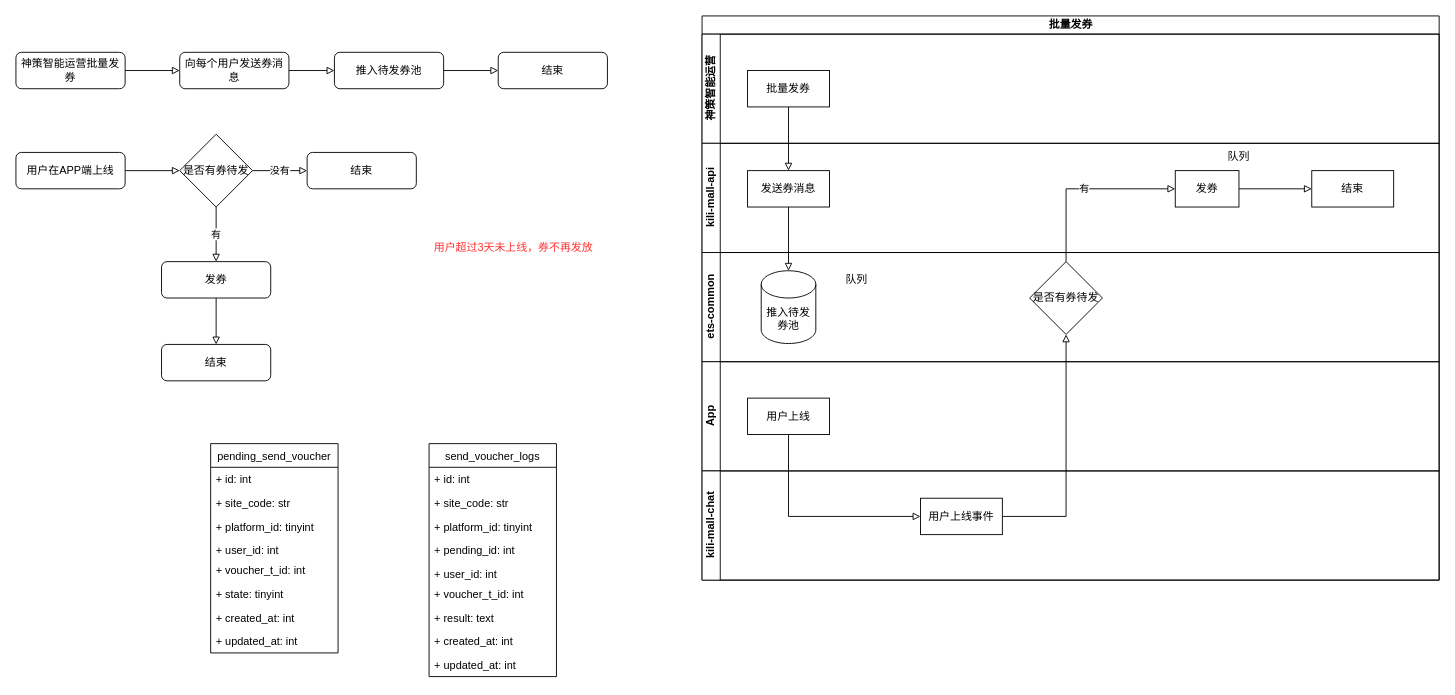
Before: 批量发券.drawio in wjctim/design-draw, a draw.io diagram. Source tidied: cells renumbered, new cells numbered last; positions are measured from the earlier drawing's top-left corner, leaving out a move shared by most shapes. Both pictures are drawn from the tidied source at 91%, with x=0, y=0 at pixel (15, 15).
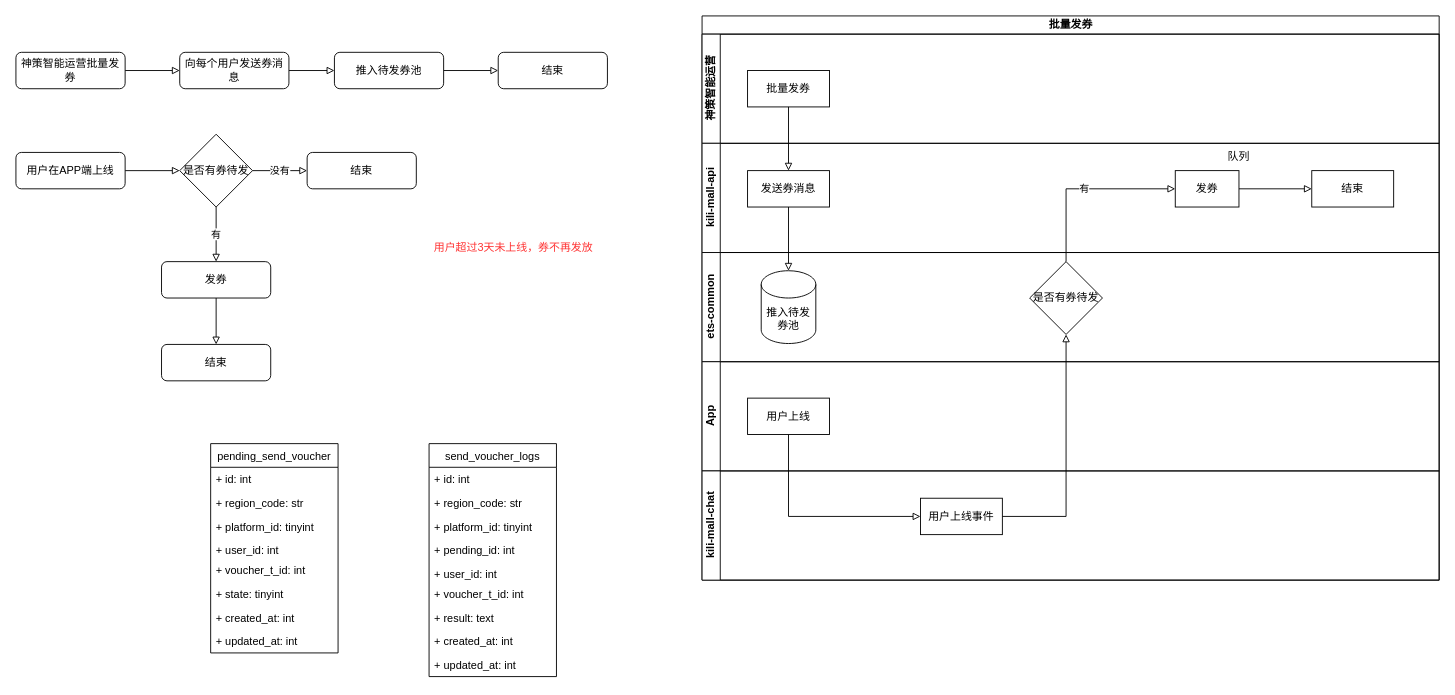
The same page after the edit.

Commit message:
更新批量发券.drawio

The change refers to these unchanged cells:
```xml
<mxCell id="4" value="pending_send_voucher" style="swimlane;fontStyle=0;horizontal=1;startSize=26;fillColor=none;" parent="1" vertex="1">
  <mxGeometry x="214" y="470" width="140" height="230" as="geometry" />
</mxCell>
<mxCell id="27" value="send_voucher_logs" style="swimlane;fontStyle=0;horizontal=1;startSize=26;fillColor=none;" parent="1" vertex="1">
  <mxGeometry x="454" y="470" width="140" height="256" as="geometry" />
</mxCell>
<mxCell id="46" value="ets-common" style="swimlane;startSize=20;horizontal=0;html=1;" parent="37" vertex="1">
  <mxGeometry y="260" width="810" height="120" as="geometry" />
</mxCell>
```

Diff of the diagram source:
```diff
@@
-    <mxCell id="6" value="+ site_code: str" style="text;strokeColor=none;fillColor=none;align=left;verticalAlign=top;spacingLeft=4;spacingRight=4;overflow=hidden;" parent="4" vertex="1">
+    <mxCell id="6" value="+ region_code: str" style="text;strokeColor=none;fillColor=none;align=left;verticalAlign=top;spacingLeft=4;spacingRight=4;overflow=hidden;" parent="4" vertex="1">
       <mxGeometry y="52" width="140" height="26" as="geometry" />
     </mxCell>
@@
-    <mxCell id="29" value="+ site_code: str" style="text;strokeColor=none;fillColor=none;align=left;verticalAlign=top;spacingLeft=4;spacingRight=4;overflow=hidden;" parent="27" vertex="1">
+    <mxCell id="29" value="+ region_code: str" style="text;strokeColor=none;fillColor=none;align=left;verticalAlign=top;spacingLeft=4;spacingRight=4;overflow=hidden;" parent="27" vertex="1">
       <mxGeometry y="52" width="140" height="26" as="geometry" />
     </mxCell>
@@
-    <mxCell id="49" value="队列" style="text;html=1;strokeColor=none;fillColor=none;align=center;verticalAlign=middle;whiteSpace=wrap;rounded=0;fontColor=#000000;" parent="46" vertex="1">
-      <mxGeometry x="140" y="15" width="60" height="30" as="geometry" />
-    </mxCell>
```
